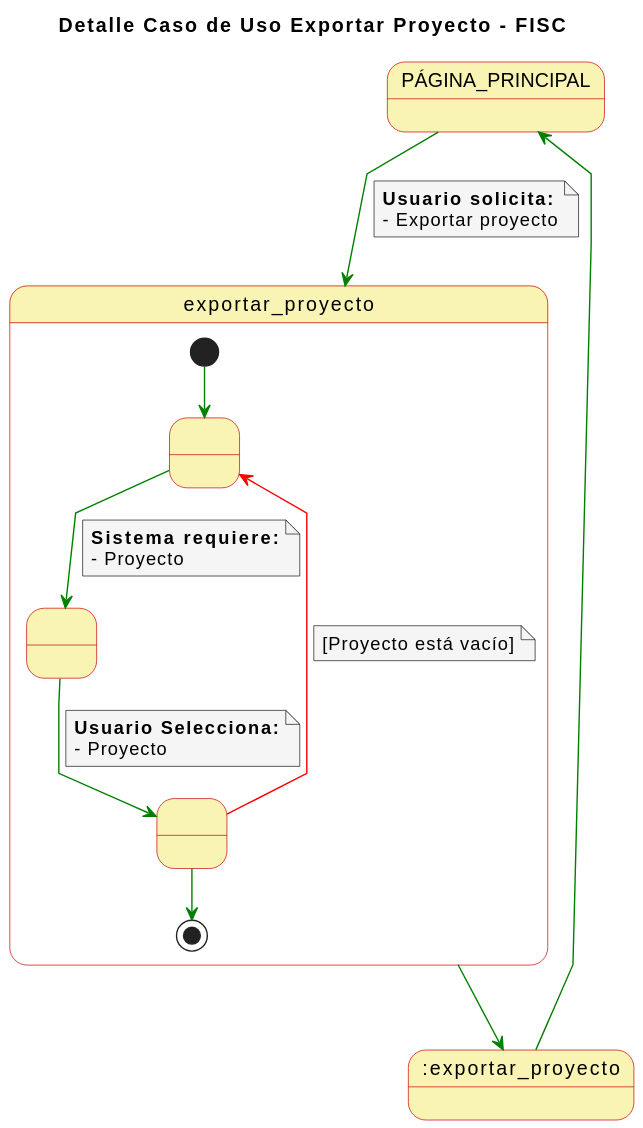
This is imagenes/casosDeUso/detallesCasosUso/detalleCasoUsoExportarProyecto.svg from mmasias/23-24-IdSw1-SDR, a PlantUML export, as it was before one commit.
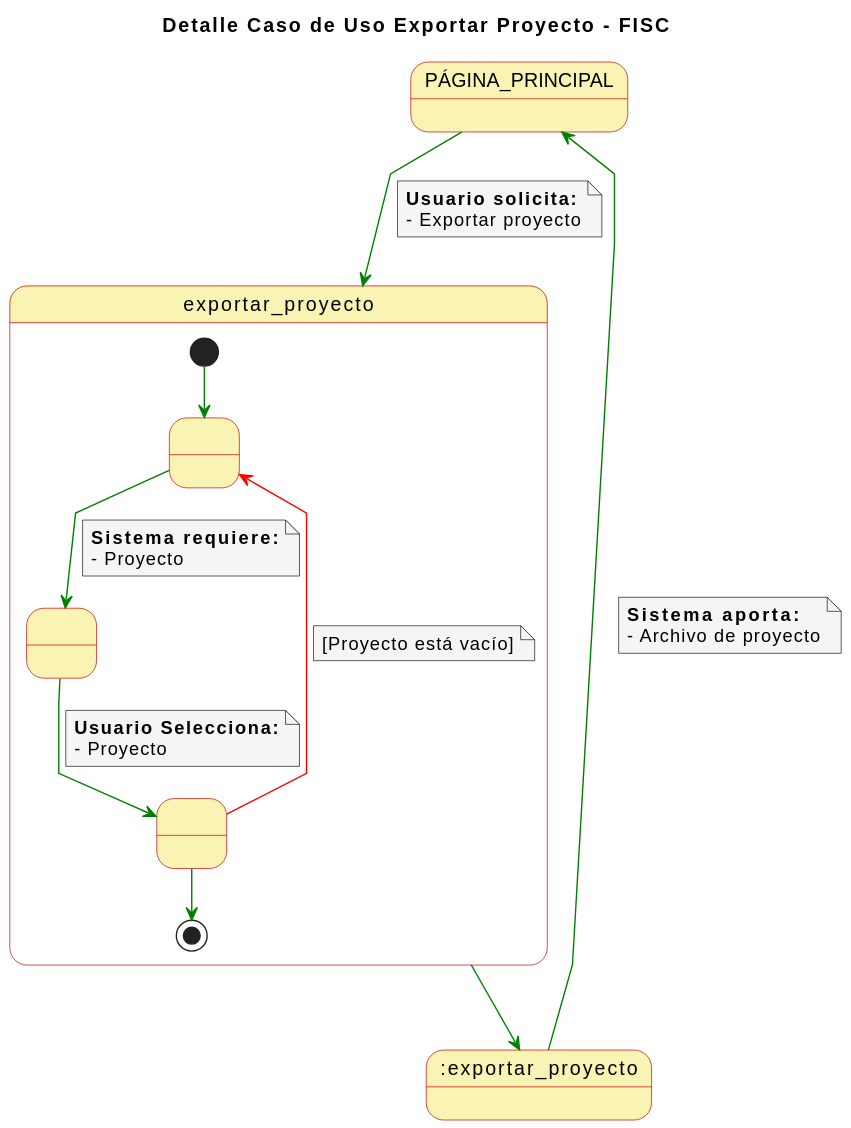
After the commit.

The edit, as a diff of the source:
```diff
@@ -45,4 +45,8 @@
 exportar_proyecto -[#green]-> :exportar_proyecto
 
 :exportar_proyecto -[#green]-> PÁGINA_PRINCIPAL
+note on link
+  **Sistema aporta:**
+  - Archivo de proyecto
+end note
 @enduml
```
